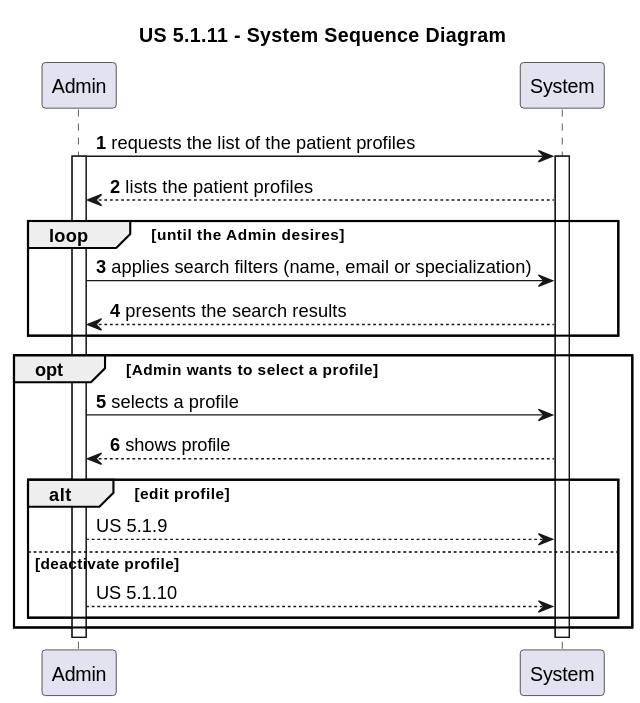
Earlier version of the PlantUML export docs/sprint-1/1220683/us-5.1.11/diagrams/SSD/us_5.1.11_system_sequence_diagram.svg (rita-barbosa/LAPR5-2425).
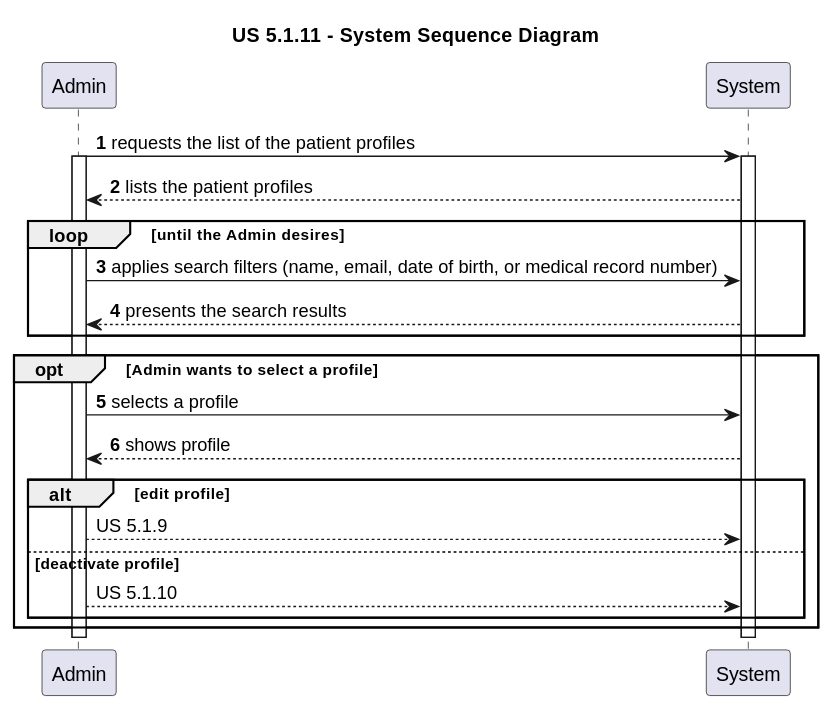
After the change.

Commit message:
DG38-178 | docs: SSD correction - filter set

What changed in the source:
```diff
@@ -15,7 +15,7 @@
 
     loop until the Admin desires
 
-    ADM -> SYS : applies search filters (name, email or specialization)
+    ADM -> SYS : applies search filters (name, email, date of birth, or medical record number)
 
     SYS --> ADM : presents the search results
     end loop
```
